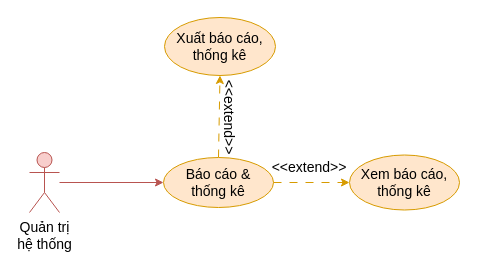
Above: document/temp/draw/usecase_phanra/usecase_baocao.drawio in copecute/Edudex-Quiz (draw.io), before the change. Source tidied: cells renumbered, new cells numbered last; positions are measured from the earlier drawing's top-left corner, leaving out a move shared by most shapes. Both pictures are drawn from the tidied source at 100%, with x=0, y=0 at pixel (29, 17).
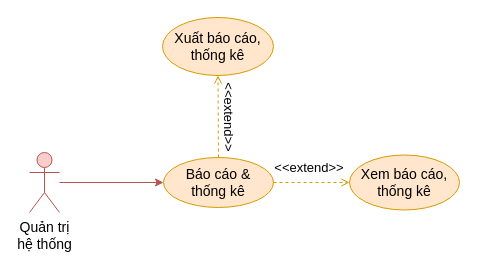
The same diagram, later.

The edit, as a diff of the source:
```diff
@@
 <mxGraphModel>
   <root>
     <mxCell id="0" />
     <mxCell id="1" parent="0" />
-    <mxCell id="2" value="&lt;font style=&quot;font-size: 14px;&quot;&gt;&amp;lt;&amp;lt;extend&amp;gt;&amp;gt;&lt;/font&gt;" style="text;html=1;strokeColor=none;fillColor=none;align=center;verticalAlign=middle;whiteSpace=wrap;rounded=0;rotation=90;fontSize=14;" parent="1" vertex="1">
+    <mxCell id="2" value="&lt;font style=&quot;font-size: 13px;&quot;&gt;&amp;lt;&amp;lt;extend&amp;gt;&amp;gt;&lt;/font&gt;" style="text;html=1;strokeColor=none;fillColor=none;align=center;verticalAlign=middle;whiteSpace=wrap;rounded=0;rotation=90;fontSize=13;" parent="1" vertex="1">
       <mxGeometry x="170" y="85" width="60" height="30" as="geometry" />
     </mxCell>
     <mxCell id="3" style="edgeStyle=orthogonalEdgeStyle;rounded=0;jettySize=auto;html=1;entryX=0;entryY=0.5;entryDx=0;entryDy=0;fillColor=#f8cecc;strokeColor=#b85450;fontSize=14;" parent="1" edge="1" source="4" target="6">
       <mxGeometry relative="1" as="geometry" />
     </mxCell>
     <mxCell id="4" value="Quản trị&lt;div&gt;hệ thống&lt;/div&gt;" style="shape=umlActor;verticalLabelPosition=bottom;verticalAlign=top;html=1;outlineConnect=0;fillColor=#f8cecc;strokeColor=#b85450;fontSize=14;" parent="1" vertex="1">
       <mxGeometry y="135" width="30" height="60" as="geometry" />
     </mxCell>
-    <mxCell id="5" style="rounded=0;jettySize=auto;html=1;exitX=0.5;exitY=0;exitDx=0;exitDy=0;entryX=0.5;entryY=1;entryDx=0;entryDy=0;fillColor=#ffe6cc;strokeColor=#d79b00;dashed=1;dashPattern=8 8;fontSize=14;" parent="1" edge="1" source="6" target="10">
+    <mxCell id="5" style="rounded=0;jettySize=auto;html=1;exitX=0.5;exitY=0;exitDx=0;exitDy=0;entryX=0.5;entryY=1;entryDx=0;entryDy=0;fillColor=#ffe6cc;strokeColor=#d79b00;dashed=1;fontSize=14;endArrow=open;endFill=0;" parent="1" edge="1" source="6" target="10">
       <mxGeometry relative="1" as="geometry" />
     </mxCell>
     <mxCell id="6" value="Báo cáo &amp;amp;&lt;br&gt;thống kê" style="ellipse;whiteSpace=wrap;html=1;fillColor=#ffe6cc;strokeColor=#d79b00;fontSize=14;" parent="1" vertex="1">
       <mxGeometry x="134" y="140" width="110" height="50" as="geometry" />
     </mxCell>
-    <mxCell id="7" style="rounded=0;jettySize=auto;html=1;entryX=0;entryY=0.5;entryDx=0;entryDy=0;fillColor=#ffe6cc;strokeColor=#d79b00;exitX=1;exitY=0.5;exitDx=0;exitDy=0;dashed=1;dashPattern=8 8;fontSize=14;" parent="1" edge="1" source="6" target="8">
+    <mxCell id="7" style="rounded=0;jettySize=auto;html=1;entryX=0;entryY=0.5;entryDx=0;entryDy=0;fillColor=#ffe6cc;strokeColor=#d79b00;exitX=1;exitY=0.5;exitDx=0;exitDy=0;dashed=1;fontSize=14;endArrow=open;endFill=0;" parent="1" edge="1" source="6" target="8">
       <mxGeometry relative="1" as="geometry" />
     </mxCell>
     <mxCell id="8" value="Xem báo cáo, thống kê" style="ellipse;whiteSpace=wrap;html=1;fillColor=#ffe6cc;strokeColor=#d79b00;fontSize=14;" parent="1" vertex="1">
       <mxGeometry x="320" y="137.5" width="110" height="55" as="geometry" />
     </mxCell>
-    <mxCell id="9" value="&lt;font style=&quot;font-size: 14px;&quot;&gt;&amp;lt;&amp;lt;extend&amp;gt;&amp;gt;&lt;/font&gt;" style="text;html=1;strokeColor=none;fillColor=none;align=center;verticalAlign=middle;whiteSpace=wrap;rounded=0;rotation=0;fontSize=14;" parent="1" vertex="1">
+    <mxCell id="9" value="&lt;font style=&quot;font-size: 13px;&quot;&gt;&amp;lt;&amp;lt;extend&amp;gt;&amp;gt;&lt;/font&gt;" style="text;html=1;strokeColor=none;fillColor=none;align=center;verticalAlign=middle;whiteSpace=wrap;rounded=0;rotation=0;fontSize=13;" parent="1" vertex="1">
       <mxGeometry x="250" y="135" width="60" height="30" as="geometry" />
     </mxCell>
     <mxCell id="10" value="Xuất báo cáo, thống kê" style="ellipse;whiteSpace=wrap;html=1;fillColor=#ffe6cc;strokeColor=#d79b00;fontSize=14;" parent="1" vertex="1">
-      <mxGeometry x="135" width="111" height="58" as="geometry" />
+      <mxGeometry x="133" width="111" height="58" as="geometry" />
     </mxCell>
   </root>
 </mxGraphModel>
```
